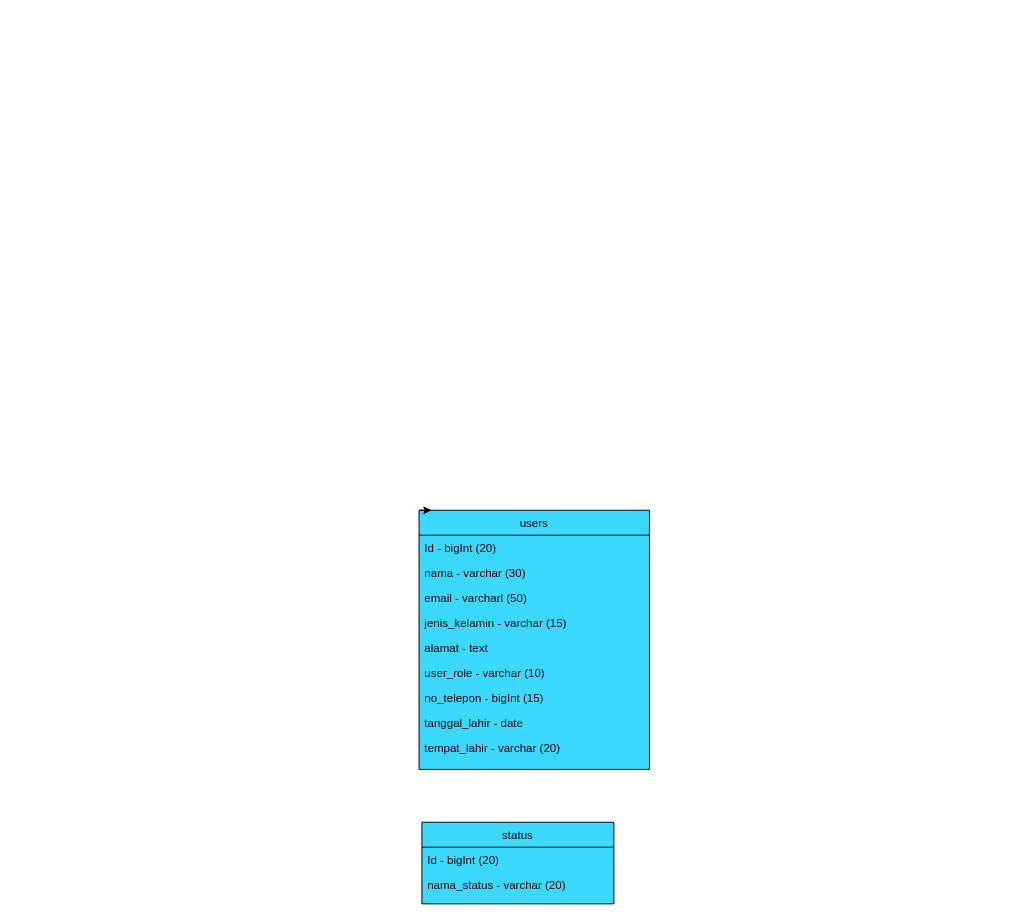
Before: class_diagram.drawio in danangsptro/manufacturing_goseki, a draw.io diagram. Source tidied: cells renumbered, new cells numbered last; positions are measured from the earlier drawing's top-left corner, leaving out a move shared by most shapes. Both pictures are drawn from the tidied source at 96%, with x=0, y=0 at pixel (419, 510).
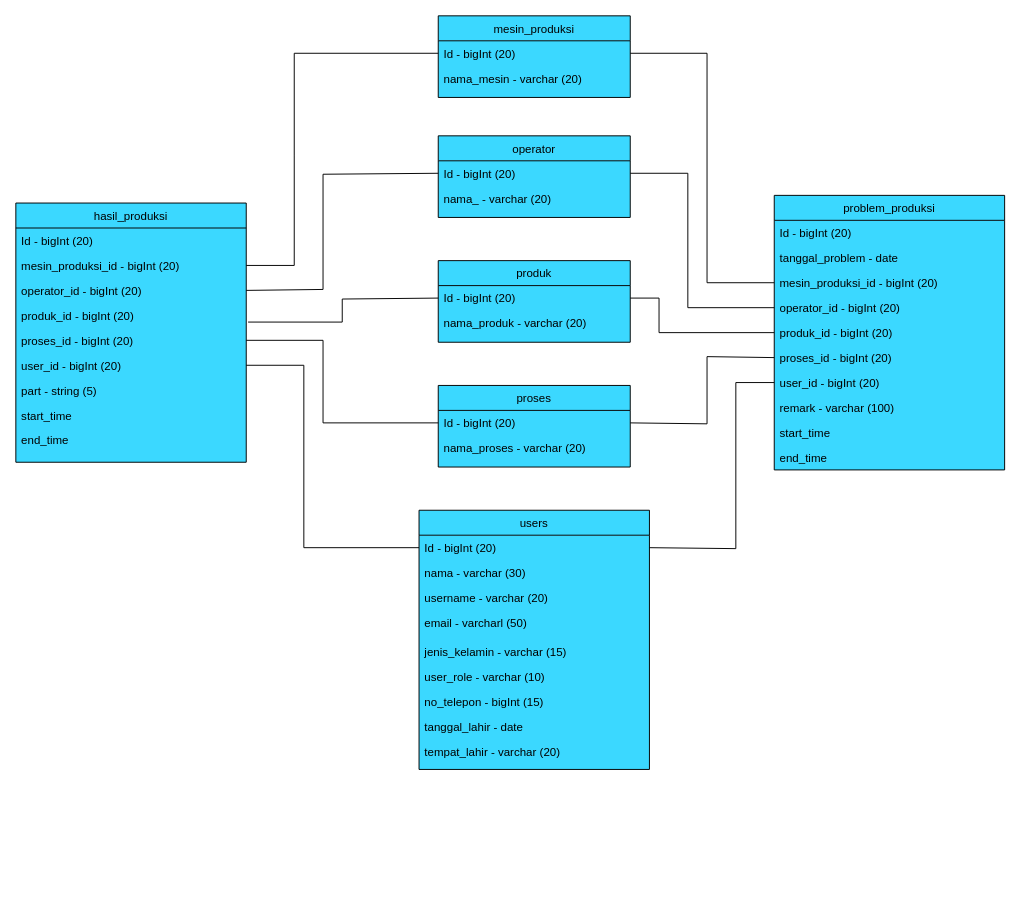
After the change.

The change refers to these unchanged cells:
```xml
<mxCell id="2" value="users" style="swimlane;fontStyle=0;align=center;verticalAlign=top;horizontal=1;startSize=26;rounded=0;shadow=0;strokeWidth=1;fillColor=#3BD8FF;swimlaneFillColor=#3BD8FF;" parent="1" vertex="1">
  <mxGeometry width="240" height="270" as="geometry" />
</mxCell>
<mxCell id="3" value="Id - bigInt (20)" style="text;align=left;verticalAlign=top;spacingLeft=4;spacingRight=4;overflow=hidden;points=[[0,0.5],[1,0.5]];portConstraint=eastwest;" parent="2" vertex="1">
  <mxGeometry y="26" width="240" height="26" as="geometry" />
</mxCell>
```

Diff of the diagram source:
```diff
@@
-    <mxCell id="5" value="email - varcharl (50)" style="text;align=left;verticalAlign=top;spacingLeft=4;spacingRight=4;overflow=hidden;rounded=0;shadow=0;html=0;" parent="2" vertex="1">
+    <mxCell id="5" value="username - varchar (20)" style="text;align=left;verticalAlign=top;spacingLeft=4;spacingRight=4;overflow=hidden;rounded=0;shadow=0;html=0;" parent="2" vertex="1">
       <mxGeometry y="78" width="240" height="26" as="geometry" />
     </mxCell>
+    <mxCell id="16" value="email - varcharl (50)" style="text;align=left;verticalAlign=top;spacingLeft=4;spacingRight=4;overflow=hidden;rounded=0;shadow=0;html=0;" parent="2" vertex="1">
+      <mxGeometry y="104" width="240" height="30" as="geometry" />
+    </mxCell>
     <mxCell id="6" value="jenis_kelamin - varchar (15)" style="text;align=left;verticalAlign=top;spacingLeft=4;spacingRight=4;overflow=hidden;rounded=0;shadow=0;html=0;" parent="2" vertex="1">
-      <mxGeometry y="104" width="240" height="26" as="geometry" />
+      <mxGeometry y="134" width="240" height="26" as="geometry" />
     </mxCell>
-    <mxCell id="7" value="alamat - text " style="text;align=left;verticalAlign=top;spacingLeft=4;spacingRight=4;overflow=hidden;rounded=0;shadow=0;html=0;" parent="2" vertex="1">
-      <mxGeometry y="130" width="240" height="26" as="geometry" />
-    </mxCell>
     <mxCell id="8" value="user_role - varchar (10)" style="text;align=left;verticalAlign=top;spacingLeft=4;spacingRight=4;overflow=hidden;rounded=0;shadow=0;html=0;" parent="2" vertex="1">
-      <mxGeometry y="156" width="240" height="26" as="geometry" />
+      <mxGeometry y="160" width="240" height="26" as="geometry" />
     </mxCell>
     <mxCell id="9" value="no_telepon - bigInt (15)" style="text;align=left;verticalAlign=top;spacingLeft=4;spacingRight=4;overflow=hidden;rounded=0;shadow=0;html=0;" parent="2" vertex="1">
-      <mxGeometry y="182" width="240" height="26" as="geometry" />
+      <mxGeometry y="186" width="240" height="26" as="geometry" />
     </mxCell>
     <mxCell id="10" value="tanggal_lahir - date" style="text;align=left;verticalAlign=top;spacingLeft=4;spacingRight=4;overflow=hidden;rounded=0;shadow=0;html=0;" parent="2" vertex="1">
-      <mxGeometry y="208" width="240" height="26" as="geometry" />
+      <mxGeometry y="212" width="240" height="26" as="geometry" />
     </mxCell>
     <mxCell id="11" value="tempat_lahir - varchar (20)" style="text;align=left;verticalAlign=top;spacingLeft=4;spacingRight=4;overflow=hidden;rounded=0;shadow=0;html=0;" parent="2" vertex="1">
-      <mxGeometry y="234" width="240" height="26" as="geometry" />
+      <mxGeometry y="238" width="240" height="26" as="geometry" />
     </mxCell>
-    <mxCell id="12" value="status" style="swimlane;fontStyle=0;align=center;verticalAlign=top;horizontal=1;startSize=26;rounded=0;shadow=0;strokeWidth=1;fillColor=#3BD8FF;swimlaneFillColor=#3BD8FF;" parent="1" vertex="1">
-      <mxGeometry x="3" y="325" width="200" height="85" as="geometry" />
-    </mxCell>
-    <mxCell id="13" value="Id - bigInt (20)" style="text;align=left;verticalAlign=top;spacingLeft=4;spacingRight=4;overflow=hidden;" parent="12" vertex="1">
-      <mxGeometry y="26" width="200" height="26" as="geometry" />
-    </mxCell>
-    <mxCell id="14" value="nama_status - varchar (20)" style="text;align=left;verticalAlign=top;spacingLeft=4;spacingRight=4;overflow=hidden;rounded=0;shadow=0;html=0;" parent="12" vertex="1">
-      <mxGeometry y="52" width="200" height="26" as="geometry" />
-    </mxCell>
-    <mxCell id="15" style="edgeStyle=orthogonalEdgeStyle;rounded=0;orthogonalLoop=1;jettySize=auto;html=1;exitX=0;exitY=0;exitDx=0;exitDy=0;entryX=0.054;entryY=0.001;entryDx=0;entryDy=0;entryPerimeter=0;" parent="1" edge="1" source="2" target="2">
-      <mxGeometry relative="1" as="geometry" />
-    </mxCell>
+    <mxCell id="17" value="mesin_produksi" style="swimlane;fontStyle=0;align=center;verticalAlign=top;horizontal=1;startSize=26;rounded=0;shadow=0;strokeWidth=1;fillColor=#3BD8FF;swimlaneFillColor=#3BD8FF;" parent="1" vertex="1">
+      <mxGeometry x="20" y="-515" width="200" height="85" as="geometry" />
+    </mxCell>
+    <mxCell id="18" value="Id - bigInt (20)" style="text;align=left;verticalAlign=top;spacingLeft=4;spacingRight=4;overflow=hidden;points=[[0,0.5],[1,0.5]];portConstraint=eastwest;" parent="17" vertex="1">
+      <mxGeometry y="26" width="200" height="26" as="geometry" />
+    </mxCell>
+    <mxCell id="19" value="nama_mesin - varchar (20)" style="text;align=left;verticalAlign=top;spacingLeft=4;spacingRight=4;overflow=hidden;rounded=0;shadow=0;html=0;" parent="17" vertex="1">
+      <mxGeometry y="52" width="200" height="26" as="geometry" />
+    </mxCell>
+    <mxCell id="20" value="operator" style="swimlane;fontStyle=0;align=center;verticalAlign=top;horizontal=1;startSize=26;rounded=0;shadow=0;strokeWidth=1;fillColor=#3BD8FF;swimlaneFillColor=#3BD8FF;" parent="1" vertex="1">
+      <mxGeometry x="20" y="-390" width="200" height="85" as="geometry" />
+    </mxCell>
+    <mxCell id="21" value="Id - bigInt (20)" style="text;align=left;verticalAlign=top;spacingLeft=4;spacingRight=4;overflow=hidden;points=[[0,0.5],[1,0.5]];portConstraint=eastwest;" parent="20" vertex="1">
+      <mxGeometry y="26" width="200" height="26" as="geometry" />
+    </mxCell>
+    <mxCell id="22" value="nama_ - varchar (20)" style="text;align=left;verticalAlign=top;spacingLeft=4;spacingRight=4;overflow=hidden;rounded=0;shadow=0;html=0;" parent="20" vertex="1">
+      <mxGeometry y="52" width="200" height="26" as="geometry" />
+    </mxCell>
+    <mxCell id="23" value="proses" style="swimlane;fontStyle=0;align=center;verticalAlign=top;horizontal=1;startSize=26;rounded=0;shadow=0;strokeWidth=1;fillColor=#3BD8FF;swimlaneFillColor=#3BD8FF;" parent="1" vertex="1">
+      <mxGeometry x="20" y="-130" width="200" height="85" as="geometry" />
+    </mxCell>
+    <mxCell id="24" value="Id - bigInt (20)" style="text;align=left;verticalAlign=top;spacingLeft=4;spacingRight=4;overflow=hidden;points=[[0,0.5],[1,0.5]];portConstraint=eastwest;" parent="23" vertex="1">
+      <mxGeometry y="26" width="200" height="26" as="geometry" />
+    </mxCell>
+    <mxCell id="25" value="nama_proses - varchar (20)" style="text;align=left;verticalAlign=top;spacingLeft=4;spacingRight=4;overflow=hidden;rounded=0;shadow=0;html=0;" parent="23" vertex="1">
+      <mxGeometry y="52" width="200" height="26" as="geometry" />
+    </mxCell>
+    <mxCell id="26" value="produk" style="swimlane;fontStyle=0;align=center;verticalAlign=top;horizontal=1;startSize=26;rounded=0;shadow=0;strokeWidth=1;fillColor=#3BD8FF;swimlaneFillColor=#3BD8FF;" parent="1" vertex="1">
+      <mxGeometry x="20" y="-260" width="200" height="85" as="geometry" />
+    </mxCell>
+    <mxCell id="27" value="Id - bigInt (20)" style="text;align=left;verticalAlign=top;spacingLeft=4;spacingRight=4;overflow=hidden;points=[[0,0.5],[1,0.5]];portConstraint=eastwest;" parent="26" vertex="1">
+      <mxGeometry y="26" width="200" height="26" as="geometry" />
+    </mxCell>
+    <mxCell id="28" value="nama_produk - varchar (20)" style="text;align=left;verticalAlign=top;spacingLeft=4;spacingRight=4;overflow=hidden;rounded=0;shadow=0;html=0;" parent="26" vertex="1">
+      <mxGeometry y="52" width="200" height="26" as="geometry" />
+    </mxCell>
+    <mxCell id="29" value="hasil_produksi" style="swimlane;fontStyle=0;align=center;verticalAlign=top;horizontal=1;startSize=26;rounded=0;shadow=0;strokeWidth=1;fillColor=#3BD8FF;swimlaneFillColor=#3BD8FF;" parent="1" vertex="1">
+      <mxGeometry x="-420" y="-320" width="240" height="270" as="geometry" />
+    </mxCell>
+    <mxCell id="30" value="Id - bigInt (20)" style="text;align=left;verticalAlign=top;spacingLeft=4;spacingRight=4;overflow=hidden;" parent="29" vertex="1">
+      <mxGeometry y="26" width="240" height="26" as="geometry" />
+    </mxCell>
+    <mxCell id="31" value="mesin_produksi_id - bigInt (20)" style="text;align=left;verticalAlign=top;spacingLeft=4;spacingRight=4;overflow=hidden;points=[[0,0.5],[1,0.5]];portConstraint=eastwest;rounded=0;shadow=0;html=0;" parent="29" vertex="1">
+      <mxGeometry y="52" width="240" height="26" as="geometry" />
+    </mxCell>
+    <mxCell id="32" value="operator_id - bigInt (20)" style="text;align=left;verticalAlign=top;spacingLeft=4;spacingRight=4;overflow=hidden;points=[[0,0.5],[1,0.5]];portConstraint=eastwest;rounded=0;shadow=0;html=0;" parent="29" vertex="1">
+      <mxGeometry y="78" width="240" height="26" as="geometry" />
+    </mxCell>
+    <mxCell id="33" value="produk_id - bigInt (20)" style="text;align=left;verticalAlign=top;spacingLeft=4;spacingRight=4;overflow=hidden;points=[[0,0.5],[1,0.5]];portConstraint=eastwest;rounded=0;shadow=0;html=0;" parent="29" vertex="1">
+      <mxGeometry y="104" width="240" height="26" as="geometry" />
+    </mxCell>
+    <mxCell id="34" value="proses_id - bigInt (20)" style="text;align=left;verticalAlign=top;spacingLeft=4;spacingRight=4;overflow=hidden;points=[[0,0.5],[1,0.5]];portConstraint=eastwest;rounded=0;shadow=0;html=0;" parent="29" vertex="1">
+      <mxGeometry y="130" width="240" height="26" as="geometry" />
+    </mxCell>
+    <mxCell id="35" value="user_id - bigInt (20)" style="text;align=left;verticalAlign=top;spacingLeft=4;spacingRight=4;overflow=hidden;points=[[0,0.5],[1,0.5]];portConstraint=eastwest;rounded=0;shadow=0;html=0;" parent="29" vertex="1">
+      <mxGeometry y="156" width="240" height="26" as="geometry" />
+    </mxCell>
+    <mxCell id="36" value="part - string (5)" style="text;align=left;verticalAlign=top;spacingLeft=4;spacingRight=4;overflow=hidden;rounded=0;shadow=0;html=0;" parent="29" vertex="1">
+      <mxGeometry y="182" width="240" height="26" as="geometry" />
+    </mxCell>
+    <mxCell id="37" value="start_time&#10;" style="text;align=left;verticalAlign=top;spacingLeft=4;spacingRight=4;overflow=hidden;rounded=0;shadow=0;html=0;" parent="29" vertex="1">
+      <mxGeometry y="208" width="240" height="26" as="geometry" />
+    </mxCell>
+    <mxCell id="38" value="end_time" style="text;align=left;verticalAlign=top;spacingLeft=4;spacingRight=4;overflow=hidden;rounded=0;shadow=0;html=0;" parent="29" vertex="1">
+      <mxGeometry y="234" width="240" height="26" as="geometry" />
+    </mxCell>
+    <mxCell id="39" value="problem_produksi" style="swimlane;fontStyle=0;align=center;verticalAlign=top;horizontal=1;startSize=26;rounded=0;shadow=0;strokeWidth=1;fillColor=#3BD8FF;swimlaneFillColor=#3BD8FF;" parent="1" vertex="1">
+      <mxGeometry x="370" y="-328" width="240" height="286" as="geometry" />
+    </mxCell>
+    <mxCell id="40" value="Id - bigInt (20)" style="text;align=left;verticalAlign=top;spacingLeft=4;spacingRight=4;overflow=hidden;" parent="39" vertex="1">
+      <mxGeometry y="26" width="240" height="26" as="geometry" />
+    </mxCell>
+    <mxCell id="41" value="tanggal_problem - date" style="text;align=left;verticalAlign=top;spacingLeft=4;spacingRight=4;overflow=hidden;rounded=0;shadow=0;html=0;" parent="39" vertex="1">
+      <mxGeometry y="52" width="240" height="26" as="geometry" />
+    </mxCell>
+    <mxCell id="42" value="mesin_produksi_id - bigInt (20)" style="text;align=left;verticalAlign=top;spacingLeft=4;spacingRight=4;overflow=hidden;points=[[0,0.5],[1,0.5]];portConstraint=eastwest;rounded=0;shadow=0;html=0;" parent="39" vertex="1">
+      <mxGeometry y="78" width="240" height="26" as="geometry" />
+    </mxCell>
+    <mxCell id="43" value="operator_id - bigInt (20)" style="text;align=left;verticalAlign=top;spacingLeft=4;spacingRight=4;overflow=hidden;points=[[0,0.5],[1,0.5]];portConstraint=eastwest;rounded=0;shadow=0;html=0;" parent="39" vertex="1">
+      <mxGeometry y="104" width="240" height="26" as="geometry" />
+    </mxCell>
+    <mxCell id="44" value="produk_id - bigInt (20)" style="text;align=left;verticalAlign=top;spacingLeft=4;spacingRight=4;overflow=hidden;points=[[0,0.5],[1,0.5]];portConstraint=eastwest;rounded=0;shadow=0;html=0;" parent="39" vertex="1">
+      <mxGeometry y="130" width="240" height="26" as="geometry" />
+    </mxCell>
+    <mxCell id="45" value="proses_id - bigInt (20)" style="text;align=left;verticalAlign=top;spacingLeft=4;spacingRight=4;overflow=hidden;points=[[0,0.5],[1,0.5]];portConstraint=eastwest;rounded=0;shadow=0;html=0;" parent="39" vertex="1">
+      <mxGeometry y="156" width="240" height="26" as="geometry" />
+    </mxCell>
+    <mxCell id="46" value="user_id - bigInt (20)" style="text;align=left;verticalAlign=top;spacingLeft=4;spacingRight=4;overflow=hidden;points=[[0,0.5],[1,0.5]];portConstraint=eastwest;rounded=0;shadow=0;html=0;" parent="39" vertex="1">
+      <mxGeometry y="182" width="240" height="26" as="geometry" />
+    </mxCell>
+    <mxCell id="47" value="remark - varchar (100)" style="text;align=left;verticalAlign=top;spacingLeft=4;spacingRight=4;overflow=hidden;rounded=0;shadow=0;html=0;" parent="39" vertex="1">
+      <mxGeometry y="208" width="240" height="26" as="geometry" />
+    </mxCell>
+    <mxCell id="48" value="start_time&#10;" style="text;align=left;verticalAlign=top;spacingLeft=4;spacingRight=4;overflow=hidden;rounded=0;shadow=0;html=0;" parent="39" vertex="1">
+      <mxGeometry y="234" width="240" height="26" as="geometry" />
+    </mxCell>
+    <mxCell id="49" value="end_time" style="text;align=left;verticalAlign=top;spacingLeft=4;spacingRight=4;overflow=hidden;rounded=0;shadow=0;html=0;" parent="39" vertex="1">
+      <mxGeometry y="260" width="240" height="26" as="geometry" />
+    </mxCell>
+    <mxCell id="50" style="endArrow=none;html=1;rounded=0;entryX=0;entryY=0.5;entryDx=0;entryDy=0;exitX=1;exitY=0.5;exitDx=0;exitDy=0;" parent="1" edge="1" source="34" target="24">
+      <mxGeometry relative="1" as="geometry">
+        <Array as="points">
+          <mxPoint x="-100" y="-177" />
+          <mxPoint x="-100" y="-91" />
+        </Array>
+      </mxGeometry>
+    </mxCell>
+    <mxCell id="51" style="endArrow=none;html=1;rounded=0;entryX=0;entryY=0.5;entryDx=0;entryDy=0;exitX=1.008;exitY=0.769;exitDx=0;exitDy=0;exitPerimeter=0;" parent="1" edge="1" source="33" target="27">
+      <mxGeometry relative="1" as="geometry">
+        <Array as="points">
+          <mxPoint x="-80" y="-196" />
+          <mxPoint x="-80" y="-220" />
+        </Array>
+      </mxGeometry>
+    </mxCell>
+    <mxCell id="52" style="endArrow=none;html=1;rounded=0;entryX=0;entryY=0.5;entryDx=0;entryDy=0;exitX=1;exitY=0.5;exitDx=0;exitDy=0;" parent="1" edge="1" source="32" target="21">
+      <mxGeometry relative="1" as="geometry">
+        <Array as="points">
+          <mxPoint x="-100" y="-230" />
+          <mxPoint x="-100" y="-350" />
+        </Array>
+      </mxGeometry>
+    </mxCell>
+    <mxCell id="53" style="endArrow=none;html=1;rounded=0;entryX=0;entryY=0.5;entryDx=0;entryDy=0;exitX=1;exitY=0.5;exitDx=0;exitDy=0;" parent="1" edge="1" source="31" target="18">
+      <mxGeometry relative="1" as="geometry">
+        <Array as="points">
+          <mxPoint x="-130" y="-255" />
+          <mxPoint x="-130" y="-370" />
+          <mxPoint x="-130" y="-476" />
+        </Array>
+      </mxGeometry>
+    </mxCell>
+    <mxCell id="54" style="endArrow=none;html=1;rounded=0;entryX=1;entryY=0.5;entryDx=0;entryDy=0;exitX=0;exitY=0.5;exitDx=0;exitDy=0;" parent="1" edge="1" source="3" target="35">
+      <mxGeometry relative="1" as="geometry">
+        <Array as="points">
+          <mxPoint x="-120" y="39" />
+          <mxPoint x="-120" y="-151" />
+        </Array>
+      </mxGeometry>
+    </mxCell>
+    <mxCell id="55" style="endArrow=none;html=1;rounded=0;entryX=0;entryY=0.5;entryDx=0;entryDy=0;exitX=1;exitY=0.5;exitDx=0;exitDy=0;" parent="1" edge="1" source="18" target="42">
+      <mxGeometry relative="1" as="geometry">
+        <Array as="points">
+          <mxPoint x="300" y="-476" />
+          <mxPoint x="300" y="-237" />
+        </Array>
+      </mxGeometry>
+    </mxCell>
+    <mxCell id="56" style="endArrow=none;html=1;rounded=0;entryX=0;entryY=0.5;entryDx=0;entryDy=0;exitX=1;exitY=0.5;exitDx=0;exitDy=0;" parent="1" edge="1" source="21" target="43">
+      <mxGeometry relative="1" as="geometry">
+        <Array as="points">
+          <mxPoint x="280" y="-351" />
+          <mxPoint x="280" y="-211" />
+        </Array>
+      </mxGeometry>
+    </mxCell>
+    <mxCell id="57" style="endArrow=none;html=1;rounded=0;entryX=0;entryY=0.5;entryDx=0;entryDy=0;exitX=1;exitY=0.5;exitDx=0;exitDy=0;" parent="1" edge="1" source="27" target="44">
+      <mxGeometry relative="1" as="geometry">
+        <Array as="points">
+          <mxPoint x="250" y="-221" />
+          <mxPoint x="250" y="-185" />
+        </Array>
+      </mxGeometry>
+    </mxCell>
+    <mxCell id="58" style="endArrow=none;html=1;rounded=0;entryX=0;entryY=0.5;entryDx=0;entryDy=0;exitX=1;exitY=0.5;exitDx=0;exitDy=0;" parent="1" edge="1" source="24" target="45">
+      <mxGeometry relative="1" as="geometry">
+        <Array as="points">
+          <mxPoint x="300" y="-90" />
+          <mxPoint x="300" y="-160" />
+        </Array>
+      </mxGeometry>
+    </mxCell>
+    <mxCell id="59" style="endArrow=none;html=1;rounded=0;entryX=0;entryY=0.5;entryDx=0;entryDy=0;exitX=1;exitY=0.5;exitDx=0;exitDy=0;" parent="1" edge="1" source="3" target="46">
+      <mxGeometry relative="1" as="geometry">
+        <Array as="points">
+          <mxPoint x="330" y="40" />
+          <mxPoint x="330" y="-133" />
+        </Array>
+      </mxGeometry>
+    </mxCell>
```
